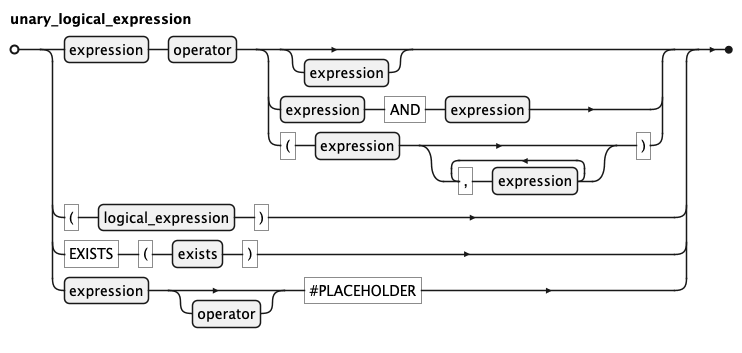
This is docs/kql/unary_logical_expression.png from koryki-java/core, a PlantUML export, as it was before one commit.
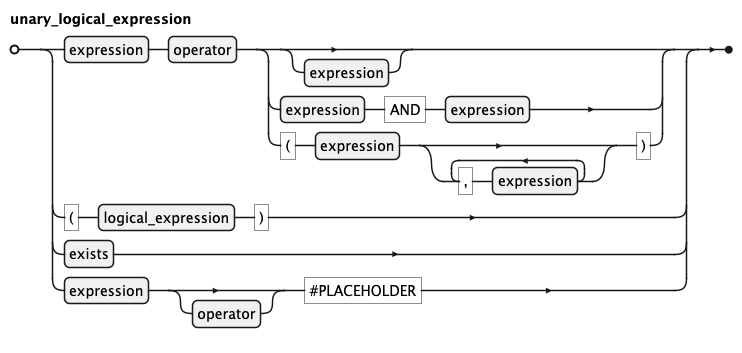
Above is the later version.

The edit, as a diff of the source:
```diff
@@ -14,7 +14,7 @@
     )
 )
 |   "(", logical_expression , ")"
-| "EXISTS", "(", exists, ")"
+| exists
 | expression, [operator], "#PLACEHOLDER"
 ;
 
```
